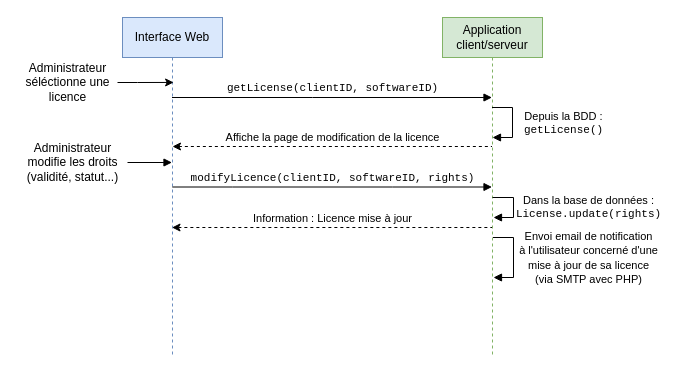
Before: DAT/drawio/SSD-param-licence.drawio in AlexisOsmont/Protection_et_gestion_des_licences, a draw.io diagram. Source tidied: cells renumbered, new cells numbered last; positions are measured from the earlier drawing's top-left corner, leaving out a move shared by most shapes. Both pictures are drawn from the tidied source at 100%, with x=0, y=0 at pixel (17, 17).
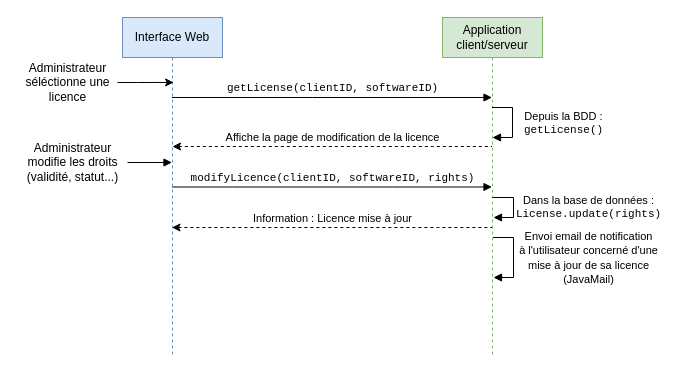
After the change.

Unchanged cells that the change refers to:
```xml
<mxCell id="4" value="&lt;div&gt;Application&lt;/div&gt;&lt;div&gt;client/serveur&lt;/div&gt;" style="shape=umlLifeline;perimeter=lifelinePerimeter;whiteSpace=wrap;html=1;outlineConnect=0;fillColor=#d5e8d4;strokeColor=#82b366;" parent="1" vertex="1">
  <mxGeometry x="425" width="100" height="340" as="geometry" />
</mxCell>
```

Change to the diagram source:
```diff
@@
-    <mxCell id="6" value="&lt;div&gt;&lt;font face=&quot;Helvetica&quot;&gt;Envoi email de notification&lt;/font&gt;&lt;/div&gt;&lt;div&gt;&lt;font face=&quot;Helvetica&quot;&gt;à l'utilisateur concerné d'une&lt;/font&gt;&lt;/div&gt;&lt;div&gt;&lt;font face=&quot;Helvetica&quot;&gt;mise à jour de sa licence&lt;br&gt;&lt;/font&gt;&lt;/div&gt;&lt;div&gt;&lt;font face=&quot;Helvetica&quot;&gt;(via SMTP avec PHP)&lt;br&gt;&lt;/font&gt;&lt;/div&gt;" style="edgeStyle=orthogonalEdgeStyle;html=1;align=center;spacingLeft=2;endArrow=block;rounded=0;fontFamily=Courier New;" parent="4" edge="1">
-      <mxGeometry x="0.01" y="74" relative="1" as="geometry">
-        <mxPoint x="50.5" y="220" as="sourcePoint" />
-        <mxPoint x="51" y="260" as="targetPoint" />
-        <Array as="points">
-          <mxPoint x="71" y="220" />
-          <mxPoint x="71" y="260" />
-          <mxPoint x="51" y="260" />
-        </Array>
-      </mxGeometry>
-    </mxCell>
+    <mxCell id="15" value="&lt;div&gt;&lt;font face=&quot;Helvetica&quot;&gt;Envoi email de notification&lt;/font&gt;&lt;/div&gt;&lt;div&gt;&lt;font face=&quot;Helvetica&quot;&gt;à l'utilisateur concerné d'une&lt;/font&gt;&lt;/div&gt;&lt;div&gt;&lt;font face=&quot;Helvetica&quot;&gt;mise à jour de sa licence&lt;br&gt;&lt;/font&gt;&lt;/div&gt;&lt;div&gt;&lt;font face=&quot;Helvetica&quot;&gt;(JavaMail)&lt;br&gt;&lt;/font&gt;&lt;/div&gt;" style="edgeStyle=orthogonalEdgeStyle;html=1;align=center;spacingLeft=2;endArrow=block;rounded=0;fontFamily=Courier New;" parent="4" edge="1">
+      <mxGeometry x="0.01" y="74" relative="1" as="geometry">
+        <mxPoint x="50.5" y="220" as="sourcePoint" />
+        <mxPoint x="51" y="260" as="targetPoint" />
+        <Array as="points">
+          <mxPoint x="71" y="220" />
+          <mxPoint x="71" y="260" />
+          <mxPoint x="51" y="260" />
+        </Array>
+      </mxGeometry>
+    </mxCell>
```
